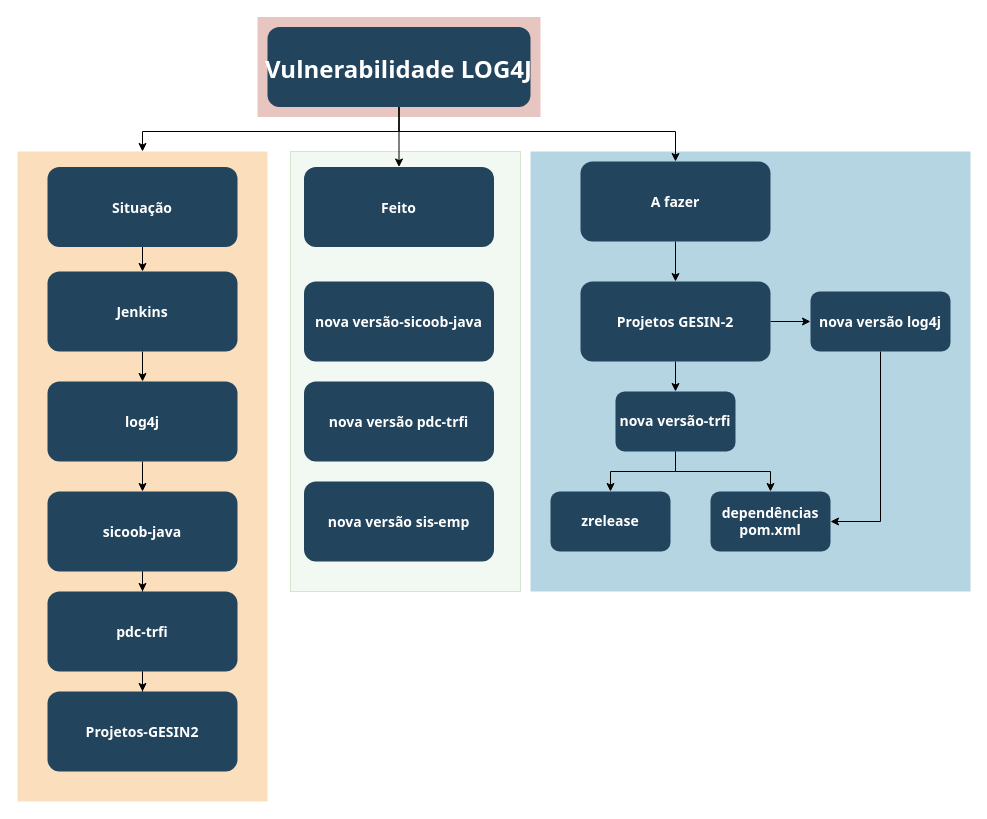
This is Diagrama sem nome.drawio from jrvpontes/public, a draw.io file, before an edit. Source tidied: cells renumbered, new cells numbered last; positions are measured from the earlier drawing's top-left corner, leaving out a move shared by most shapes. Both pictures are drawn from the tidied source at 100%, with x=0, y=0 at pixel (17, 17).
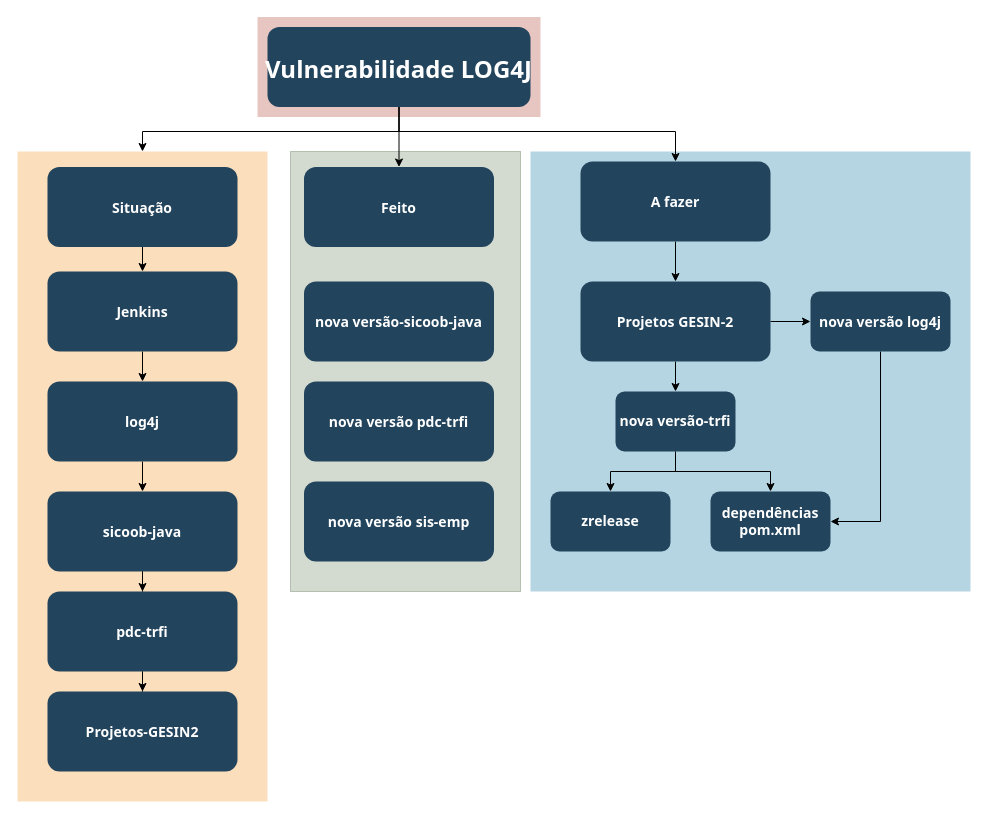
The same diagram, later.

Diff of the diagram source:
```diff
@@
-    <mxCell id="2" style="fillColor=#d5e8d4;strokeColor=#82b366;opacity=30;" parent="1" vertex="1">
+    <mxCell id="2" style="fillColor=#6d8764;strokeColor=#3A5431;opacity=30;fontColor=#ffffff;" parent="1" vertex="1">
       <mxGeometry x="273" y="134" width="230" height="440" as="geometry" />
     </mxCell>
```
